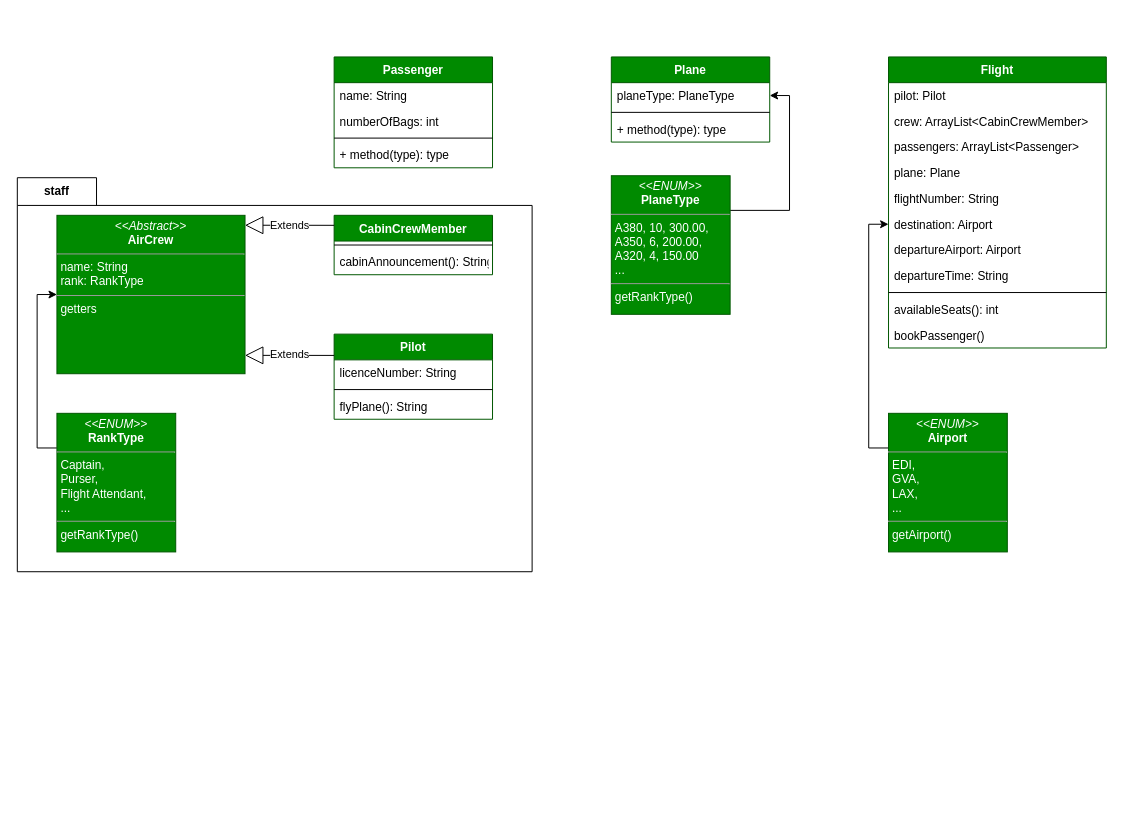
Above: planning.drawio in Stanhoucke/TDD_airline (draw.io), before the change. Source tidied: cells renumbered, new cells numbered last; positions are measured from the earlier drawing's top-left corner, leaving out a move shared by most shapes. Both pictures are drawn from the tidied source at 99%, with x=0, y=0 at pixel (17, 56).
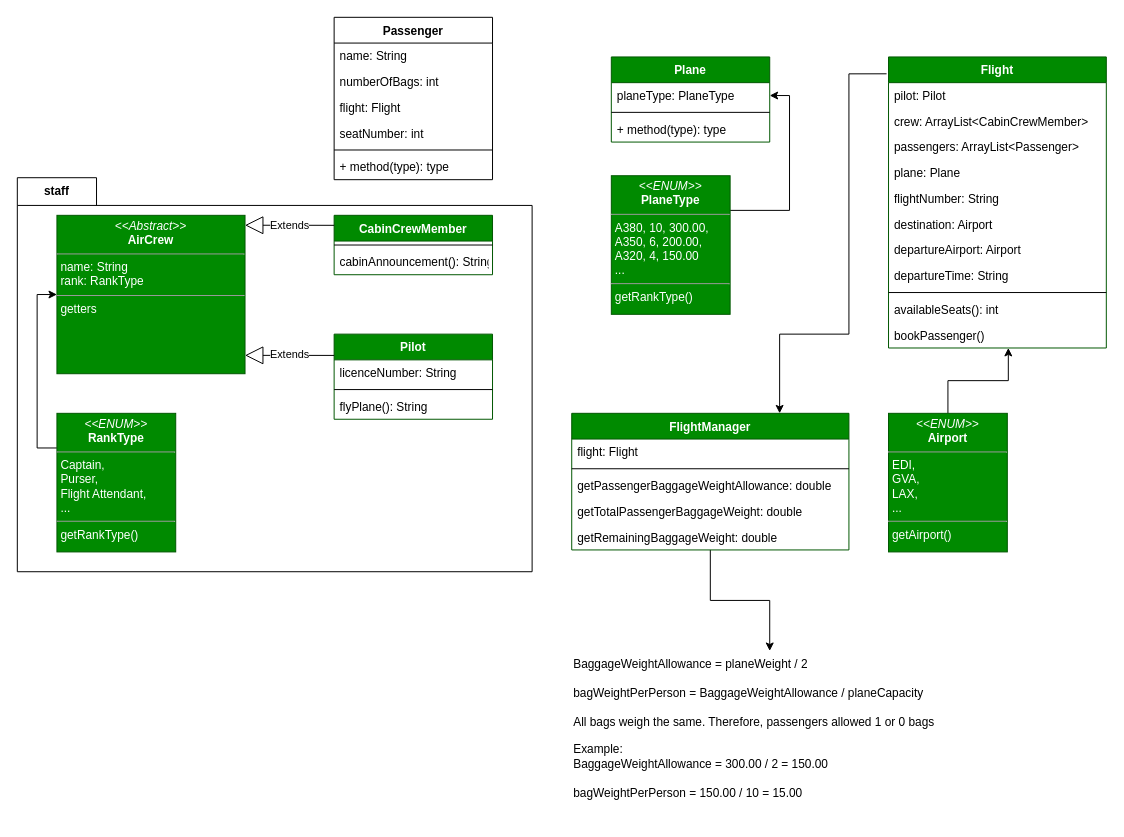
The same page after the edit.

Commit message (it also covers changes not shown here):
passenger starts with flight as null

The change refers to these unchanged cells:
```xml
<mxCell id="19" value="Flight" style="swimlane;fontStyle=1;align=center;verticalAlign=top;horizontal=1;startSize=26;fillColor=#008a00;strokeColor=#005700;fontColor=#ffffff;" parent="1" vertex="1">
  <mxGeometry x="880" width="220" height="294" as="geometry" />
</mxCell>
<mxCell id="25" value="destination: Airport" style="text;strokeColor=none;fillColor=none;align=left;verticalAlign=top;spacingLeft=4;spacingRight=4;overflow=hidden;points=[[0,0.5],[1,0.5]];portConstraint=eastwest;" parent="19" vertex="1">
  <mxGeometry y="156" width="220" height="26" as="geometry" />
</mxCell>
<mxCell id="30" value="bookPassenger()" style="text;strokeColor=none;fillColor=none;align=left;verticalAlign=top;spacingLeft=4;spacingRight=4;overflow=hidden;points=[[0,0.5],[1,0.5]];portConstraint=eastwest;" parent="19" vertex="1">
  <mxGeometry y="268" width="220" height="26" as="geometry" />
</mxCell>
<mxCell id="32" value="&lt;p style=&quot;margin: 0px ; margin-top: 4px ; text-align: center&quot;&gt;&lt;i&gt;&amp;lt;&amp;lt;ENUM&amp;gt;&amp;gt;&lt;/i&gt;&lt;br&gt;&lt;b&gt;Airport&lt;/b&gt;&lt;/p&gt;&lt;hr size=&quot;1&quot;&gt;&lt;p style=&quot;margin: 0px ; margin-left: 4px&quot;&gt;EDI,&lt;/p&gt;&lt;p style=&quot;margin: 0px ; margin-left: 4px&quot;&gt;GVA,&lt;/p&gt;&lt;p style=&quot;margin: 0px ; margin-left: 4px&quot;&gt;LAX,&lt;/p&gt;&lt;p style=&quot;margin: 0px ; margin-left: 4px&quot;&gt;...&lt;/p&gt;&lt;hr size=&quot;1&quot;&gt;&lt;p style=&quot;margin: 0px ; margin-left: 4px&quot;&gt;getAirport()&lt;/p&gt;" style="verticalAlign=top;align=left;overflow=fill;fontSize=12;fontFamily=Helvetica;html=1;fillColor=#008a00;strokeColor=#005700;fontColor=#ffffff;" parent="1" vertex="1">
  <mxGeometry x="880" y="360" width="120" height="140" as="geometry" />
</mxCell>
```

Change to the diagram source:
```diff
@@
-    <mxCell id="3" value="Passenger" style="swimlane;fontStyle=1;align=center;verticalAlign=top;horizontal=1;startSize=26;fillColor=#008a00;strokeColor=#005700;fontColor=#ffffff;" parent="1" vertex="1">
-      <mxGeometry x="320" width="160" height="112" as="geometry" />
+    <mxCell id="3" value="Passenger" style="swimlane;fontStyle=1;align=center;verticalAlign=top;horizontal=1;startSize=26;" parent="1" vertex="1">
+      <mxGeometry x="320" y="-40" width="160" height="164" as="geometry" />
     </mxCell>
@@
+    <mxCell id="41" value="flight: Flight" style="text;strokeColor=none;fillColor=none;align=left;verticalAlign=top;spacingLeft=4;spacingRight=4;overflow=hidden;" parent="3" vertex="1">
+      <mxGeometry y="78" width="160" height="26" as="geometry" />
+    </mxCell>
+    <mxCell id="42" value="seatNumber: int" style="text;strokeColor=none;fillColor=none;align=left;verticalAlign=top;spacingLeft=4;spacingRight=4;overflow=hidden;" parent="3" vertex="1">
+      <mxGeometry y="104" width="160" height="26" as="geometry" />
+    </mxCell>
     <mxCell id="6" style="line;strokeWidth=1;fillColor=none;align=left;verticalAlign=middle;spacingTop=-1;spacingLeft=3;spacingRight=3;labelPosition=right;" parent="3" vertex="1">
-      <mxGeometry y="78" width="160" height="8" as="geometry" />
+      <mxGeometry y="130" width="160" height="8" as="geometry" />
     </mxCell>
     <mxCell id="7" value="+ method(type): type" style="text;strokeColor=none;fillColor=none;align=left;verticalAlign=top;spacingLeft=4;spacingRight=4;overflow=hidden;" parent="3" vertex="1">
-      <mxGeometry y="86" width="160" height="26" as="geometry" />
+      <mxGeometry y="138" width="160" height="26" as="geometry" />
     </mxCell>
@@
-    <mxCell id="31" style="edgeStyle=orthogonalEdgeStyle;rounded=0;jettySize=auto;html=1;exitX=0;exitY=0.25;exitDx=0;exitDy=0;entryX=0;entryY=0.5;entryDx=0;entryDy=0;" parent="1" edge="1" source="32" target="25">
+    <mxCell id="31" style="edgeStyle=orthogonalEdgeStyle;rounded=0;jettySize=auto;html=1;exitX=0.5;exitY=0;exitDx=0;exitDy=0;entryX=0.55;entryY=1;entryDx=0;entryDy=0;entryPerimeter=0;" parent="1" edge="1" source="32" target="30">
       <mxGeometry relative="1" as="geometry" />
     </mxCell>
@@
+    <mxCell id="43" style="edgeStyle=orthogonalEdgeStyle;rounded=0;jettySize=auto;html=1;entryX=0.5;entryY=0;entryDx=0;entryDy=0;" parent="1" edge="1" source="44" target="50">
+      <mxGeometry relative="1" as="geometry" />
+    </mxCell>
+    <mxCell id="44" value="FlightManager" style="swimlane;fontStyle=1;align=center;verticalAlign=top;horizontal=1;startSize=26;fillColor=#008a00;strokeColor=#005700;fontColor=#ffffff;" parent="1" vertex="1">
+      <mxGeometry x="560" y="360" width="280" height="138" as="geometry" />
+    </mxCell>
+    <mxCell id="45" value="flight: Flight" style="text;strokeColor=none;fillColor=none;align=left;verticalAlign=top;spacingLeft=4;spacingRight=4;overflow=hidden;" parent="44" vertex="1">
+      <mxGeometry y="26" width="280" height="26" as="geometry" />
+    </mxCell>
+    <mxCell id="46" style="line;strokeWidth=1;fillColor=none;align=left;verticalAlign=middle;spacingTop=-1;spacingLeft=3;spacingRight=3;labelPosition=right;" parent="44" vertex="1">
+      <mxGeometry y="52" width="280" height="8" as="geometry" />
+    </mxCell>
+    <mxCell id="47" value="getPassengerBaggageWeightAllowance: double" style="text;strokeColor=none;fillColor=none;align=left;verticalAlign=top;spacingLeft=4;spacingRight=4;overflow=hidden;" parent="44" vertex="1">
+      <mxGeometry y="60" width="280" height="26" as="geometry" />
+    </mxCell>
+    <mxCell id="48" value="getTotalPassengerBaggageWeight: double" style="text;strokeColor=none;fillColor=none;align=left;verticalAlign=top;spacingLeft=4;spacingRight=4;overflow=hidden;" parent="44" vertex="1">
+      <mxGeometry y="86" width="280" height="26" as="geometry" />
+    </mxCell>
+    <mxCell id="49" value="getRemainingBaggageWeight: double" style="text;strokeColor=none;fillColor=none;align=left;verticalAlign=top;spacingLeft=4;spacingRight=4;overflow=hidden;" parent="44" vertex="1">
+      <mxGeometry y="112" width="280" height="26" as="geometry" />
+    </mxCell>
+    <mxCell id="50" value="BaggageWeightAllowance = planeWeight / 2&lt;br&gt;&lt;br&gt;bagWeightPerPerson = BaggageWeightAllowance / planeCapacity&lt;br&gt;&lt;br&gt;All bags weigh the same. Therefore, passengers allowed 1 or 0 bags&lt;br&gt;&lt;br&gt;Example:&lt;br&gt;BaggageWeightAllowance = 300.00 / 2 = 150.00&lt;br&gt;&lt;br&gt;bagWeightPerPerson = 150.00 / 10 = 15.00" style="text;html=1;strokeColor=none;fillColor=none;align=left;verticalAlign=top;whiteSpace=wrap;rounded=0;" parent="1" vertex="1">
+      <mxGeometry x="560" y="600" width="400" height="170" as="geometry" />
+    </mxCell>
+    <mxCell id="51" style="edgeStyle=orthogonalEdgeStyle;rounded=0;jettySize=auto;html=1;exitX=-0.009;exitY=0.058;exitDx=0;exitDy=0;entryX=0.75;entryY=0;entryDx=0;entryDy=0;exitPerimeter=0;" parent="1" edge="1" source="19" target="44">
+      <mxGeometry relative="1" as="geometry">
+        <Array as="points">
+          <mxPoint x="840" y="17" />
+          <mxPoint x="840" y="280" />
+          <mxPoint x="770" y="280" />
+        </Array>
+      </mxGeometry>
+    </mxCell>
```
